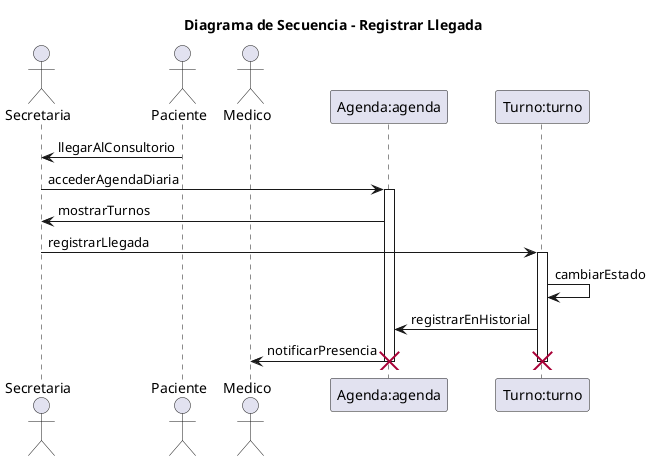
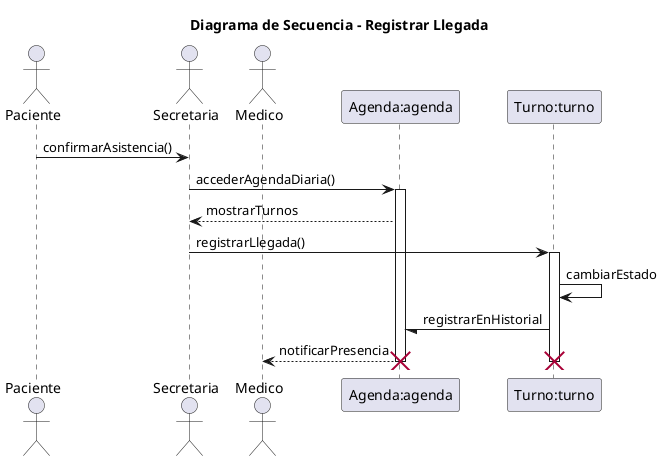
@startuml 05-secuencia-registrar-llegada-04

title Diagrama de Secuencia - Registrar Llegada
' Nombre del escenario: Registrar Llegada del Paciente - Flujo Principal
' Archivo: diagramas/03-escenarios-casos-de-uso/03-registrar-llegada-flujo-principal.md
' Objetivo: Representar el registro de llegada de un paciente en el día de la cita, involucrando secretaria, paciente, médico y sistema, basado en responsabilidades de CRC (Secretaria gestiona turnos, Turno modifica estados, Medico atiende pacientes, Agenda muestra turnos).

+ actor Paciente as paciente
actor Secretaria as secretaria
- actor Paciente as paciente
actor Medico as medico
participant "Agenda:agenda" as agenda
participant "Turno:turno" as turno

- paciente -> secretaria: llegarAlConsultorio
+ paciente -> secretaria: confirmarAsistencia()

- secretaria -> agenda: accederAgendaDiaria
+ secretaria -> agenda: accederAgendaDiaria()
activate agenda

- agenda -> secretaria: mostrarTurnos
- secretaria -> turno: registrarLlegada
+ agenda --> secretaria: mostrarTurnos
+ secretaria -> turno: registrarLlegada()
activate turno

turno -> turno: cambiarEstado
- turno -> agenda: registrarEnHistorial
+ turno -/ agenda: registrarEnHistorial

- agenda -> medico: notificarPresencia
+ agenda --> medico: notificarPresencia

deactivate turno
deactivate agenda

destroy turno
destroy agenda

@enduml